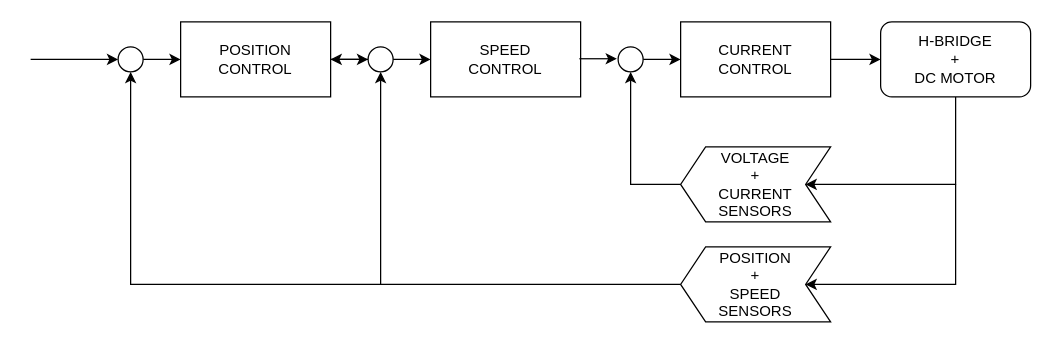
Before: Block Skin.drawio in PippoGot/PRJ_SMART_SERVO, a draw.io diagram. Source tidied: cells renumbered, new cells numbered last; positions are measured from the earlier drawing's top-left corner, leaving out a move shared by most shapes. Both pictures are drawn from the tidied source at 125%, with x=0, y=0 at pixel (30, 21).
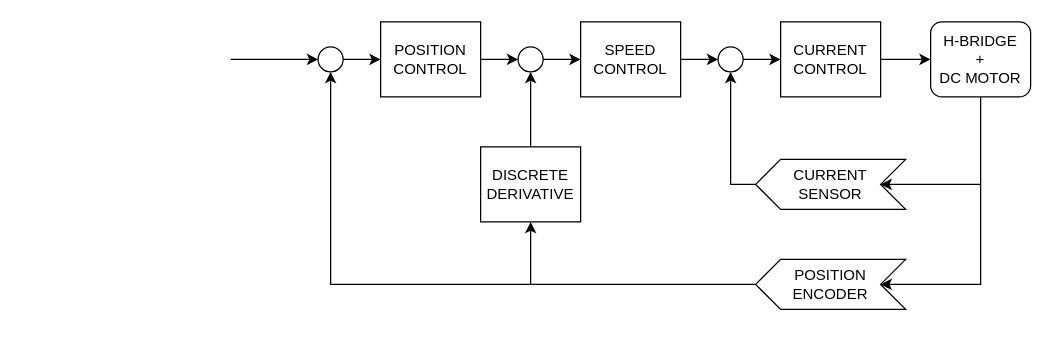
The same diagram, later.

The edit, as a diff of the source:
```diff
@@
     <mxCell id="2" value="POSITION CONTROL" style="rounded=0;whiteSpace=wrap;html=1;" parent="1" vertex="1">
-      <mxGeometry x="120" width="120" height="60" as="geometry" />
+      <mxGeometry x="280" width="80" height="60" as="geometry" />
     </mxCell>
     <mxCell id="3" value="SPEED &lt;br&gt;CONTROL" style="rounded=0;whiteSpace=wrap;html=1;" parent="1" vertex="1">
-      <mxGeometry x="320" width="120" height="60" as="geometry" />
+      <mxGeometry x="440" width="80" height="60" as="geometry" />
     </mxCell>
@@
     <mxCell id="5" value="CURRENT CONTROL" style="rounded=0;whiteSpace=wrap;html=1;" parent="1" vertex="1">
-      <mxGeometry x="520" width="120" height="60" as="geometry" />
+      <mxGeometry x="600" width="80" height="60" as="geometry" />
     </mxCell>
-    <mxCell id="6" style="edgeStyle=orthogonalEdgeStyle;rounded=0;jettySize=auto;html=1;" parent="1" edge="1" source="7" target="2">
-      <mxGeometry relative="1" as="geometry" />
-    </mxCell>
     <mxCell id="7" style="ellipse;whiteSpace=wrap;html=1;" parent="1" vertex="1">
-      <mxGeometry x="270" y="20" width="20" height="20" as="geometry" />
+      <mxGeometry x="390" y="20" width="20" height="20" as="geometry" />
     </mxCell>
@@
     <mxCell id="9" style="ellipse;whiteSpace=wrap;html=1;" parent="1" vertex="1">
-      <mxGeometry x="470" y="20" width="20" height="20" as="geometry" />
+      <mxGeometry x="550" y="20" width="20" height="20" as="geometry" />
     </mxCell>
     <mxCell id="10" value="H-BRIDGE&lt;br&gt;+&lt;br&gt;DC MOTOR" style="rounded=1;whiteSpace=wrap;html=1;" parent="1" vertex="1">
-      <mxGeometry x="680" width="120" height="60" as="geometry" />
+      <mxGeometry x="720" width="80" height="60" as="geometry" />
     </mxCell>
-    <mxCell id="11" value="VOLTAGE&lt;br&gt;+&lt;br&gt;CURRENT&lt;br&gt;SENSORS" style="shape=step;perimeter=stepPerimeter;whiteSpace=wrap;html=1;fixedSize=1;direction=west;" parent="1" vertex="1">
-      <mxGeometry x="520" y="100" width="120" height="60" as="geometry" />
+    <mxCell id="11" value="CURRENT&lt;br&gt;SENSOR" style="shape=step;perimeter=stepPerimeter;whiteSpace=wrap;html=1;fixedSize=1;direction=west;" parent="1" vertex="1">
+      <mxGeometry x="580" y="110" width="120" height="40" as="geometry" />
     </mxCell>
-    <mxCell id="12" style="edgeStyle=orthogonalEdgeStyle;rounded=0;jettySize=auto;html=1;exitX=1;exitY=0.5;exitDx=0;exitDy=0;entryX=0.5;entryY=1;entryDx=0;entryDy=0;" parent="1" edge="1" source="13" target="7">
+    <mxCell id="12" style="edgeStyle=orthogonalEdgeStyle;rounded=0;jettySize=auto;html=1;exitX=0.5;exitY=0;exitDx=0;exitDy=0;entryX=0.5;entryY=1;entryDx=0;entryDy=0;" parent="1" edge="1" source="26" target="7">
       <mxGeometry relative="1" as="geometry" />
     </mxCell>
-    <mxCell id="13" value="POSITION&lt;br&gt;+&lt;br&gt;SPEED&lt;br&gt;SENSORS" style="shape=step;perimeter=stepPerimeter;whiteSpace=wrap;html=1;fixedSize=1;direction=west;" parent="1" vertex="1">
-      <mxGeometry x="520" y="180" width="120" height="60" as="geometry" />
-    </mxCell>
-    <mxCell id="14" style="endArrow=classic;html=1;rounded=0;exitX=1;exitY=0.5;exitDx=0;exitDy=0;" parent="1" edge="1" source="2">
-      <mxGeometry relative="1" as="geometry">
-        <mxPoint x="270" y="30" as="targetPoint" />
-      </mxGeometry>
+    <mxCell id="14" style="endArrow=classic;html=1;rounded=0;exitX=1;exitY=0.5;exitDx=0;exitDy=0;entryX=0;entryY=0.5;entryDx=0;entryDy=0;" parent="1" edge="1" source="2" target="7">
+      <mxGeometry relative="1" as="geometry" />
     </mxCell>
@@
-    <mxCell id="16" style="endArrow=classic;html=1;rounded=0;exitX=1;exitY=0.5;exitDx=0;exitDy=0;" parent="1" edge="1">
-      <mxGeometry relative="1" as="geometry">
-        <mxPoint x="439" y="29.5" as="sourcePoint" />
-        <mxPoint x="469" y="29.5" as="targetPoint" />
-      </mxGeometry>
+    <mxCell id="16" style="endArrow=classic;html=1;rounded=0;exitX=1;exitY=0.5;exitDx=0;exitDy=0;entryX=0;entryY=0.5;entryDx=0;entryDy=0;" parent="1" edge="1" source="3" target="9">
+      <mxGeometry relative="1" as="geometry" />
     </mxCell>
     <mxCell id="17" style="endArrow=classic;html=1;rounded=0;entryX=0.5;entryY=1;entryDx=0;entryDy=0;exitX=1;exitY=0.5;exitDx=0;exitDy=0;" parent="1" edge="1" source="11" target="9">
       <mxGeometry relative="1" as="geometry">
         <Array as="points">
-          <mxPoint x="480" y="130" />
+          <mxPoint x="560" y="130" />
         </Array>
       </mxGeometry>
     </mxCell>
@@
     <mxCell id="19" style="ellipse;whiteSpace=wrap;html=1;" parent="1" vertex="1">
-      <mxGeometry x="70" y="20" width="20" height="20" as="geometry" />
+      <mxGeometry x="230" y="20" width="20" height="20" as="geometry" />
     </mxCell>
     <mxCell id="20" style="endArrow=classic;html=1;rounded=0;entryX=0.5;entryY=1;entryDx=0;entryDy=0;" parent="1" edge="1" target="19">
       <mxGeometry relative="1" as="geometry">
-        <mxPoint x="280" y="210" as="sourcePoint" />
+        <mxPoint x="400" y="210" as="sourcePoint" />
         <Array as="points">
-          <mxPoint x="80" y="210" />
+          <mxPoint x="240" y="210" />
         </Array>
       </mxGeometry>
     </mxCell>
     <mxCell id="21" style="endArrow=classic;html=1;rounded=0;entryX=0;entryY=0.5;entryDx=0;entryDy=0;" parent="1" edge="1" target="19">
       <mxGeometry relative="1" as="geometry">
-        <mxPoint y="30" as="sourcePoint" />
+        <mxPoint x="160" y="30" as="sourcePoint" />
       </mxGeometry>
     </mxCell>
     <mxCell id="22" style="endArrow=classic;html=1;rounded=0;entryX=0;entryY=0.5;entryDx=0;entryDy=0;exitX=0.5;exitY=1;exitDx=0;exitDy=0;" parent="1" edge="1" source="10" target="11">
       <mxGeometry relative="1" as="geometry">
         <Array as="points">
-          <mxPoint x="740" y="130" />
+          <mxPoint x="760" y="130" />
         </Array>
       </mxGeometry>
     </mxCell>
-    <mxCell id="23" style="endArrow=classic;html=1;rounded=0;entryX=0;entryY=0.5;entryDx=0;entryDy=0;" parent="1" edge="1" target="13">
+    <mxCell id="23" style="endArrow=classic;html=1;rounded=0;" parent="1" edge="1" source="13">
       <mxGeometry relative="1" as="geometry">
-        <mxPoint x="740" y="130" as="sourcePoint" />
-        <Array as="points">
-          <mxPoint x="740" y="210" />
-        </Array>
+        <mxPoint x="660" y="210" as="targetPoint" />
       </mxGeometry>
     </mxCell>
+    <mxCell id="24" style="endArrow=classic;html=1;rounded=0;" parent="1" edge="1" target="13">
+      <mxGeometry relative="1" as="geometry">
+        <mxPoint x="760" y="130" as="sourcePoint" />
+        <Array as="points">
+          <mxPoint x="760" y="210" />
+        </Array>
+      </mxGeometry>
+    </mxCell>
+    <mxCell id="13" value="POSITION&lt;br&gt;ENCODER" style="shape=step;perimeter=stepPerimeter;whiteSpace=wrap;html=1;fixedSize=1;direction=west;" parent="1" vertex="1">
+      <mxGeometry x="580" y="190" width="120" height="40" as="geometry" />
+    </mxCell>
+    <mxCell id="25" style="edgeStyle=orthogonalEdgeStyle;rounded=0;jettySize=auto;html=1;exitX=1;exitY=0.5;exitDx=0;exitDy=0;entryX=0.5;entryY=1;entryDx=0;entryDy=0;" parent="1" edge="1" source="13" target="26">
+      <mxGeometry relative="1" as="geometry" />
+    </mxCell>
+    <mxCell id="26" value="DISCRETE DERIVATIVE" style="rounded=0;whiteSpace=wrap;html=1;" parent="1" vertex="1">
+      <mxGeometry x="360" y="100" width="80" height="60" as="geometry" />
+    </mxCell>
```
